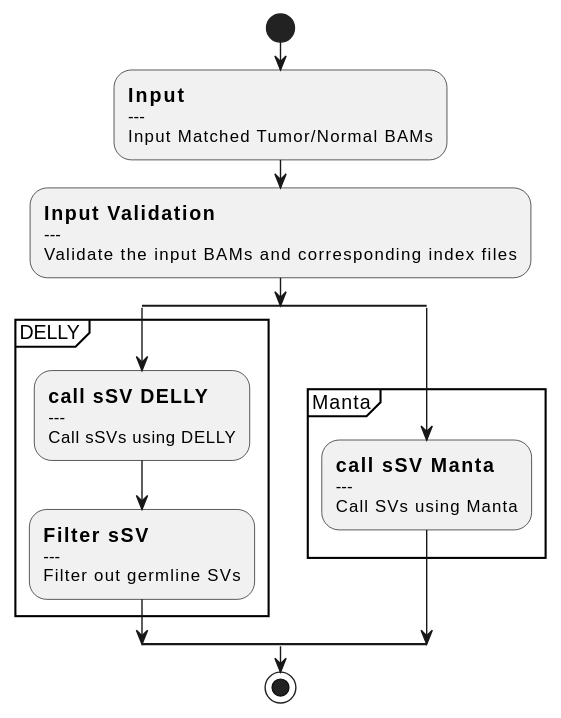
This is docs/call-sSV.svg from uclahs-cds/pipeline-call-sSV, a PlantUML export, as it was before one commit.
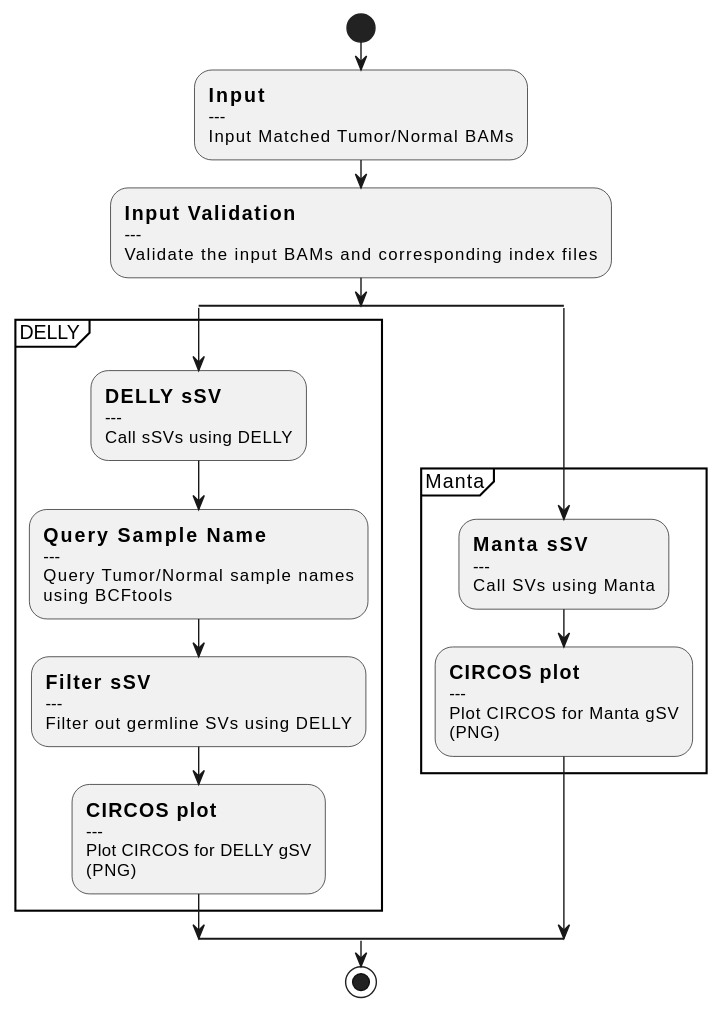
The same diagram one commit later.

Commit message:
Enable circos for DELLY (#205)

Change to the diagram source:
```diff
@@ -12,19 +12,31 @@
 
 split
 partition "DELLY" {
-    :==call sSV DELLY
+    :==DELLY sSV
     ---
     Call sSVs using DELLY;
+    :==Query Sample Name
+    ---
+    Query Tumor/Normal sample names
+    using BCFtools;
     :==Filter sSV
     ---
-    Filter out germline SVs;
+    Filter out germline SVs using DELLY;
+    :==CIRCOS plot
+    ---
+    Plot CIRCOS for DELLY gSV
+    (PNG);
     }
 
 split again
 partition "Manta" {
-    :==call sSV Manta
+    :==Manta sSV
     ---
     Call SVs using Manta;
+    :==CIRCOS plot
+    ---
+    Plot CIRCOS for Manta gSV
+    (PNG);
     }
 end split
 stop
```
